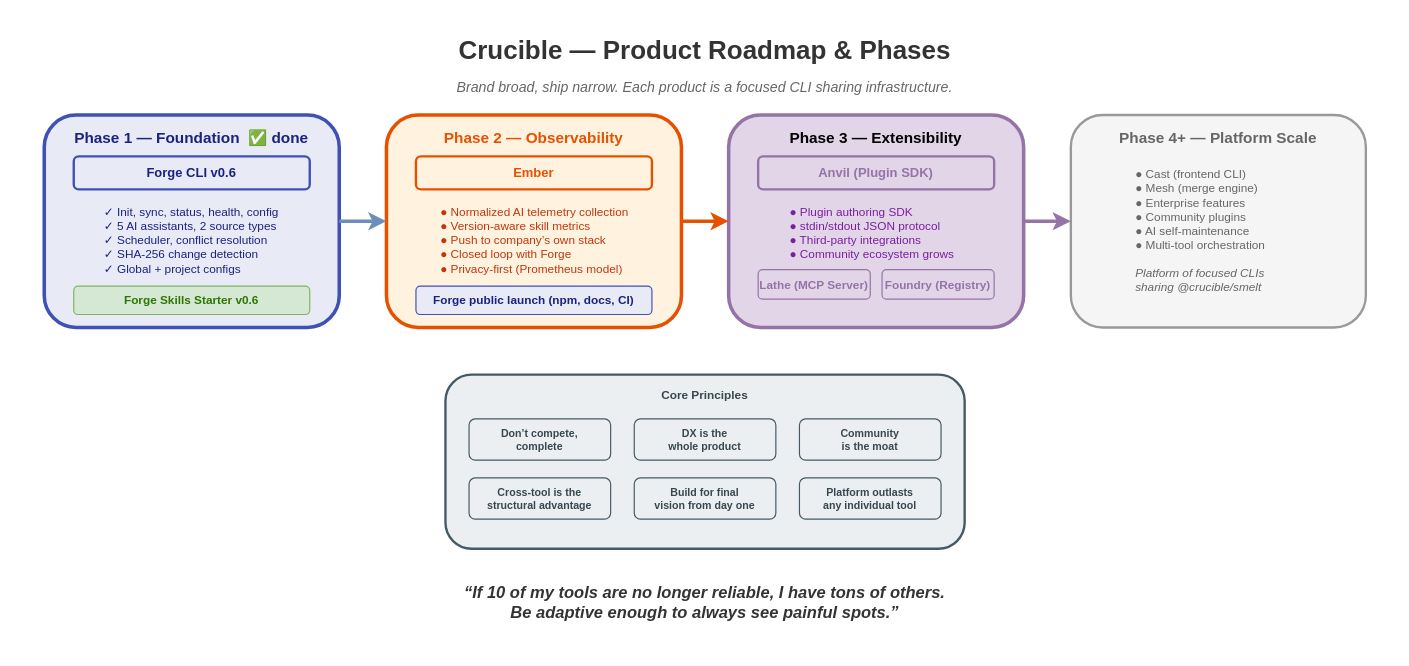
The draw.io diagram page "Product Phases" (2 of 2) of crucible/diagrams/crucible-ecosystem.drawio in crucibledx/assets, before the edit. Source tidied: cells renumbered, new cells numbered last; positions are measured from the earlier drawing's top-left corner, leaving out a move shared by most shapes. Both pictures are drawn from the tidied source at 118%, with x=0, y=0 at pixel (20, 20).
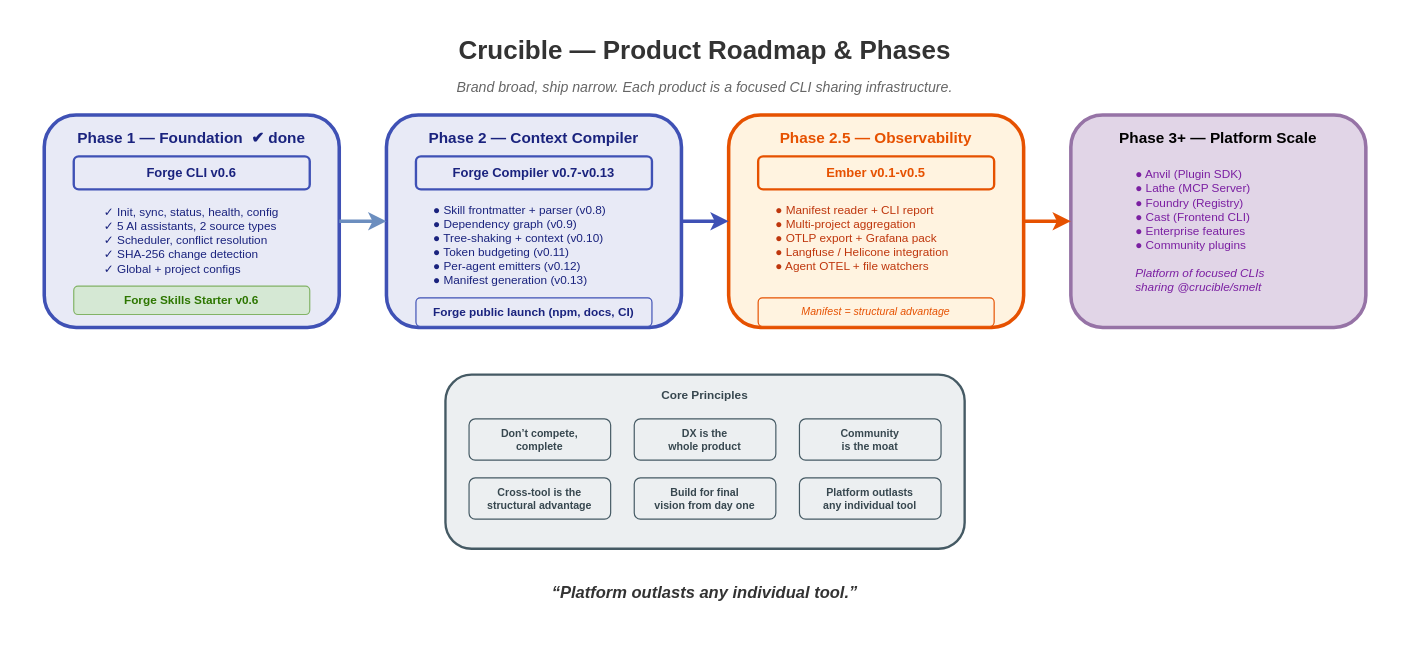
After the change.

Change to the diagram source:
```diff
@@
-    <mxCell id="3" value="Crucible — Product Roadmap &amp;amp; Phases" style="text;html=1;fontSize=22;fontStyle=1;align=center;verticalAlign=middle;whiteSpace=wrap;fontColor=#333;" parent="1" vertex="1">
+    <mxCell id="3" value="Crucible &amp;mdash; Product Roadmap &amp;amp; Phases" style="text;html=1;fontSize=22;fontStyle=1;align=center;verticalAlign=middle;whiteSpace=wrap;fontColor=#333;" parent="1" vertex="1">
       <mxGeometry x="330" y="8" width="500" height="35" as="geometry" />
     </mxCell>
@@
-    <mxCell id="5" value="Phase 1 — Foundation &amp;nbsp;✅ done" style="rounded=1;whiteSpace=wrap;html=1;fillColor=#E8EAF6;strokeColor=#3F51B5;fontColor=#1A237E;fontSize=13;fontStyle=1;strokeWidth=3;verticalAlign=top;spacingTop=5;" parent="1" vertex="1">
+    <mxCell id="5" value="Phase 1 &amp;mdash; Foundation &amp;nbsp;&amp;#10004; done" style="rounded=1;whiteSpace=wrap;html=1;fillColor=#E8EAF6;strokeColor=#3F51B5;fontColor=#1A237E;fontSize=13;fontStyle=1;strokeWidth=3;verticalAlign=top;spacingTop=5;" parent="1" vertex="1">
       <mxGeometry x="20" y="80" width="250" height="180" as="geometry" />
     </mxCell>
@@
-    <mxCell id="7" value="✓ Init, sync, status, health, config&lt;br&gt;✓ 5 AI assistants, 2 source types&lt;br&gt;✓ Scheduler, conflict resolution&lt;br&gt;✓ SHA-256 change detection&lt;br&gt;✓ Global + project configs" style="text;html=1;fontSize=10;align=left;fontColor=#1A237E;whiteSpace=wrap;spacingLeft=3;" parent="1" vertex="1">
+    <mxCell id="7" value="&amp;#10003; Init, sync, status, health, config&lt;br&gt;&amp;#10003; 5 AI assistants, 2 source types&lt;br&gt;&amp;#10003; Scheduler, conflict resolution&lt;br&gt;&amp;#10003; SHA-256 change detection&lt;br&gt;&amp;#10003; Global + project configs" style="text;html=1;fontSize=10;align=left;fontColor=#1A237E;whiteSpace=wrap;spacingLeft=3;" parent="1" vertex="1">
       <mxGeometry x="66.2" y="150" width="157.5" height="70" as="geometry" />
     </mxCell>
@@
-    <mxCell id="9" value="Phase 2 — Observability" style="rounded=1;whiteSpace=wrap;html=1;fillColor=#FFF3E0;strokeColor=#E65100;fontColor=#E65100;fontSize=13;fontStyle=1;strokeWidth=3;verticalAlign=top;spacingTop=5;" parent="1" vertex="1">
+    <mxCell id="9" value="Phase 2 &amp;mdash; Context Compiler" style="rounded=1;whiteSpace=wrap;html=1;fillColor=#E8EAF6;strokeColor=#3F51B5;fontColor=#1A237E;fontSize=13;fontStyle=1;strokeWidth=3;verticalAlign=top;spacingTop=5;" parent="1" vertex="1">
       <mxGeometry x="310" y="80" width="250" height="180" as="geometry" />
     </mxCell>
-    <mxCell id="10" value="Ember" style="rounded=1;whiteSpace=wrap;html=1;fillColor=#FFF3E0;strokeColor=#E65100;fontColor=#E65100;fontSize=11;fontStyle=1;strokeWidth=2;" parent="1" vertex="1">
-      <mxGeometry x="335" y="115" width="200" height="28" as="geometry" />
-    </mxCell>
+    <mxCell id="31" value="Forge Compiler v0.7-v0.13" style="rounded=1;whiteSpace=wrap;html=1;fillColor=#E8EAF6;strokeColor=#3F51B5;fontColor=#1A237E;fontSize=11;fontStyle=1;strokeWidth=2;" parent="1" vertex="1">
+      <mxGeometry x="335" y="115" width="200" height="28" as="geometry" />
+    </mxCell>
-    <mxCell id="11" value="● Normalized AI telemetry collection&lt;br&gt;● Version-aware skill metrics&lt;br&gt;● Push to company’s own stack&lt;br&gt;● Closed loop with Forge&lt;br&gt;● Privacy-first (Prometheus model)" style="text;html=1;fontSize=10;align=left;fontColor=#BF360C;whiteSpace=wrap;spacingLeft=3;" parent="1" vertex="1">
-      <mxGeometry x="351.2" y="150" width="167.5" height="70" as="geometry" />
+    <mxCell id="11" value="&amp;#9679; Skill frontmatter + parser (v0.8)&lt;br&gt;&amp;#9679; Dependency graph (v0.9)&lt;br&gt;&amp;#9679; Tree-shaking + context (v0.10)&lt;br&gt;&amp;#9679; Token budgeting (v0.11)&lt;br&gt;&amp;#9679; Per-agent emitters (v0.12)&lt;br&gt;&amp;#9679; Manifest generation (v0.13)" style="text;html=1;fontSize=10;align=left;fontColor=#1A237E;whiteSpace=wrap;spacingLeft=3;" parent="1" vertex="1">
+      <mxGeometry x="345" y="148" width="190" height="85" as="geometry" />
     </mxCell>
     <mxCell id="12" value="Forge public launch (npm, docs, CI)" style="rounded=1;whiteSpace=wrap;html=1;fillColor=#E8EAF6;strokeColor=#3F51B5;fontColor=#1A237E;fontSize=10;fontStyle=1;strokeWidth=1;" parent="1" vertex="1">
-      <mxGeometry x="335" y="225" width="200" height="24" as="geometry" />
+      <mxGeometry x="335" y="235" width="200" height="24" as="geometry" />
     </mxCell>
+    <mxCell id="32" value="Phase 2.5 &amp;mdash; Observability" style="rounded=1;whiteSpace=wrap;html=1;fillColor=#FFF3E0;strokeColor=#E65100;fontColor=#E65100;fontSize=13;fontStyle=1;strokeWidth=3;verticalAlign=top;spacingTop=5;" parent="1" vertex="1">
+      <mxGeometry x="600" y="80" width="250" height="180" as="geometry" />
+    </mxCell>
+    <mxCell id="33" value="Ember v0.1-v0.5" style="rounded=1;whiteSpace=wrap;html=1;fillColor=#FFF3E0;strokeColor=#E65100;fontColor=#E65100;fontSize=11;fontStyle=1;strokeWidth=2;" parent="1" vertex="1">
+      <mxGeometry x="625" y="115" width="200" height="28" as="geometry" />
+    </mxCell>
+    <mxCell id="34" value="&amp;#9679; Manifest reader + CLI report&lt;br&gt;&amp;#9679; Multi-project aggregation&lt;br&gt;&amp;#9679; OTLP export + Grafana pack&lt;br&gt;&amp;#9679; Langfuse / Helicone integration&lt;br&gt;&amp;#9679; Agent OTEL + file watchers" style="text;html=1;fontSize=10;align=left;fontColor=#BF360C;whiteSpace=wrap;spacingLeft=3;" parent="1" vertex="1">
+      <mxGeometry x="635" y="148" width="190" height="70" as="geometry" />
+    </mxCell>
+    <mxCell id="35" value="Manifest = structural advantage" style="rounded=1;whiteSpace=wrap;html=1;fillColor=#FFF3E0;strokeColor=#E65100;fontColor=#E65100;fontSize=9;fontStyle=2;strokeWidth=1;" parent="1" vertex="1">
+      <mxGeometry x="625" y="235" width="200" height="24" as="geometry" />
+    </mxCell>
-    <mxCell id="13" value="Phase 3 — Extensibility" style="rounded=1;whiteSpace=wrap;html=1;fillColor=#e1d5e7;strokeColor=#9673a6;fontSize=13;fontStyle=1;strokeWidth=3;verticalAlign=top;spacingTop=5;" parent="1" vertex="1">
-      <mxGeometry x="600" y="80" width="250" height="180" as="geometry" />
+    <mxCell id="13" value="Phase 3+ &amp;mdash; Platform Scale" style="rounded=1;whiteSpace=wrap;html=1;fillColor=#e1d5e7;strokeColor=#9673a6;fontSize=13;fontStyle=1;strokeWidth=3;verticalAlign=top;spacingTop=5;" parent="1" vertex="1">
+      <mxGeometry x="890" y="80" width="250" height="180" as="geometry" />
     </mxCell>
-    <mxCell id="14" value="Anvil (Plugin SDK)" style="rounded=1;whiteSpace=wrap;html=1;fillColor=#e1d5e7;strokeColor=#9673a6;fontSize=11;fontStyle=1;strokeWidth=2;fontColor=#9673a6;" parent="1" vertex="1">
-      <mxGeometry x="625" y="115" width="200" height="28" as="geometry" />
-    </mxCell>
-    <mxCell id="15" value="● Plugin authoring SDK&lt;br&gt;● stdin/stdout JSON protocol&lt;br&gt;● Third-party integrations&lt;br&gt;● Community ecosystem grows" style="text;html=1;fontSize=10;align=left;fontColor=#7B1FA2;whiteSpace=wrap;spacingLeft=3;" parent="1" vertex="1">
-      <mxGeometry x="646.9" y="150" width="146.2" height="55" as="geometry" />
+    <mxCell id="15" value="&amp;#9679; Anvil (Plugin SDK)&lt;br&gt;&amp;#9679; Lathe (MCP Server)&lt;br&gt;&amp;#9679; Foundry (Registry)&lt;br&gt;&amp;#9679; Cast (Frontend CLI)&lt;br&gt;&amp;#9679; Enterprise features&lt;br&gt;&amp;#9679; Community plugins&lt;br&gt;&lt;br&gt;&lt;i&gt;Platform of focused CLIs&lt;br&gt;sharing @crucible/smelt&lt;/i&gt;" style="text;html=1;fontSize=10;align=left;fontColor=#7B1FA2;whiteSpace=wrap;spacingLeft=3;" parent="1" vertex="1">
+      <mxGeometry x="940" y="117.5" width="150" height="130" as="geometry" />
     </mxCell>
-    <mxCell id="16" value="Lathe (MCP Server)" style="rounded=1;whiteSpace=wrap;html=1;fillColor=#e1d5e7;strokeColor=#9673a6;fontSize=10;fontStyle=1;strokeWidth=1;fontColor=#9673a6;" parent="1" vertex="1">
-      <mxGeometry x="625" y="211" width="95" height="25" as="geometry" />
-    </mxCell>
-    <mxCell id="17" value="Foundry (Registry)" style="rounded=1;whiteSpace=wrap;html=1;fillColor=#e1d5e7;strokeColor=#9673a6;fontSize=10;fontStyle=1;strokeWidth=1;fontColor=#9673a6;" parent="1" vertex="1">
-      <mxGeometry x="730" y="211" width="95" height="25" as="geometry" />
-    </mxCell>
-    <mxCell id="18" value="Phase 4+ — Platform Scale" style="rounded=1;whiteSpace=wrap;html=1;fillColor=#f5f5f5;strokeColor=#999;fontSize=13;fontStyle=1;strokeWidth=2;verticalAlign=top;spacingTop=5;fontColor=#666;" parent="1" vertex="1">
-      <mxGeometry x="890" y="80" width="250" height="180" as="geometry" />
-    </mxCell>
-    <mxCell id="19" value="● Cast (frontend CLI)&lt;br&gt;● Mesh (merge engine)&lt;br&gt;● Enterprise features&lt;br&gt;● Community plugins&lt;br&gt;● AI self-maintenance&lt;br&gt;● Multi-tool orchestration&lt;br&gt;&lt;br&gt;&lt;i&gt;Platform of focused CLIs&lt;br&gt;sharing @crucible/smelt&lt;/i&gt;" style="text;html=1;fontSize=10;align=left;fontColor=#666;whiteSpace=wrap;spacingLeft=3;" parent="1" vertex="1">
-      <mxGeometry x="940" y="117.5" width="150" height="120" as="geometry" />
-    </mxCell>
@@
-    <mxCell id="21" style="edgeStyle=orthogonalEdgeStyle;strokeWidth=3;strokeColor=light-dark(#e65100, #d7817e);flowAnimation=1;exitX=1;exitY=0.5;exitDx=0;exitDy=0;entryX=0;entryY=0.5;entryDx=0;entryDy=0;fillColor=#f8cecc;" parent="1" edge="1" source="9" target="13">
-      <mxGeometry relative="1" as="geometry" />
-    </mxCell>
-    <mxCell id="22" style="edgeStyle=orthogonalEdgeStyle;strokeWidth=3;strokeColor=#9673a6;flowAnimation=1;exitX=1;exitY=0.5;exitDx=0;exitDy=0;entryX=0;entryY=0.5;entryDx=0;entryDy=0;fillColor=#e1d5e7;" parent="1" edge="1" source="13" target="18">
-      <mxGeometry relative="1" as="geometry" />
-    </mxCell>
+    <mxCell id="36" style="edgeStyle=orthogonalEdgeStyle;strokeWidth=3;strokeColor=#3F51B5;flowAnimation=1;exitX=1;exitY=0.5;exitDx=0;exitDy=0;entryX=0;entryY=0.5;entryDx=0;entryDy=0;fillColor=#E8EAF6;" parent="1" edge="1" source="9" target="32">
+      <mxGeometry relative="1" as="geometry" />
+    </mxCell>
+    <mxCell id="37" style="edgeStyle=orthogonalEdgeStyle;strokeWidth=3;strokeColor=#E65100;flowAnimation=1;exitX=1;exitY=0.5;exitDx=0;exitDy=0;entryX=0;entryY=0.5;entryDx=0;entryDy=0;fillColor=#FFF3E0;" parent="1" edge="1" source="32" target="13">
+      <mxGeometry relative="1" as="geometry" />
+    </mxCell>
@@
-    <mxCell id="30" value="“If 10 of my tools are no longer reliable, I have tons of others.&lt;div&gt;Be adaptive enough to always see painful spots.”&lt;/div&gt;" style="text;html=1;fontSize=14;fontStyle=3;align=center;fontColor=#333;whiteSpace=wrap;" parent="1" vertex="1">
-      <mxGeometry x="375" y="470" width="410" height="50" as="geometry" />
+    <mxCell id="30" value="&amp;ldquo;Platform outlasts any individual tool.&amp;rdquo;" style="text;html=1;fontSize=14;fontStyle=3;align=center;fontColor=#333;whiteSpace=wrap;" parent="1" vertex="1">
+      <mxGeometry x="380" y="470" width="400" height="30" as="geometry" />
     </mxCell>
```
